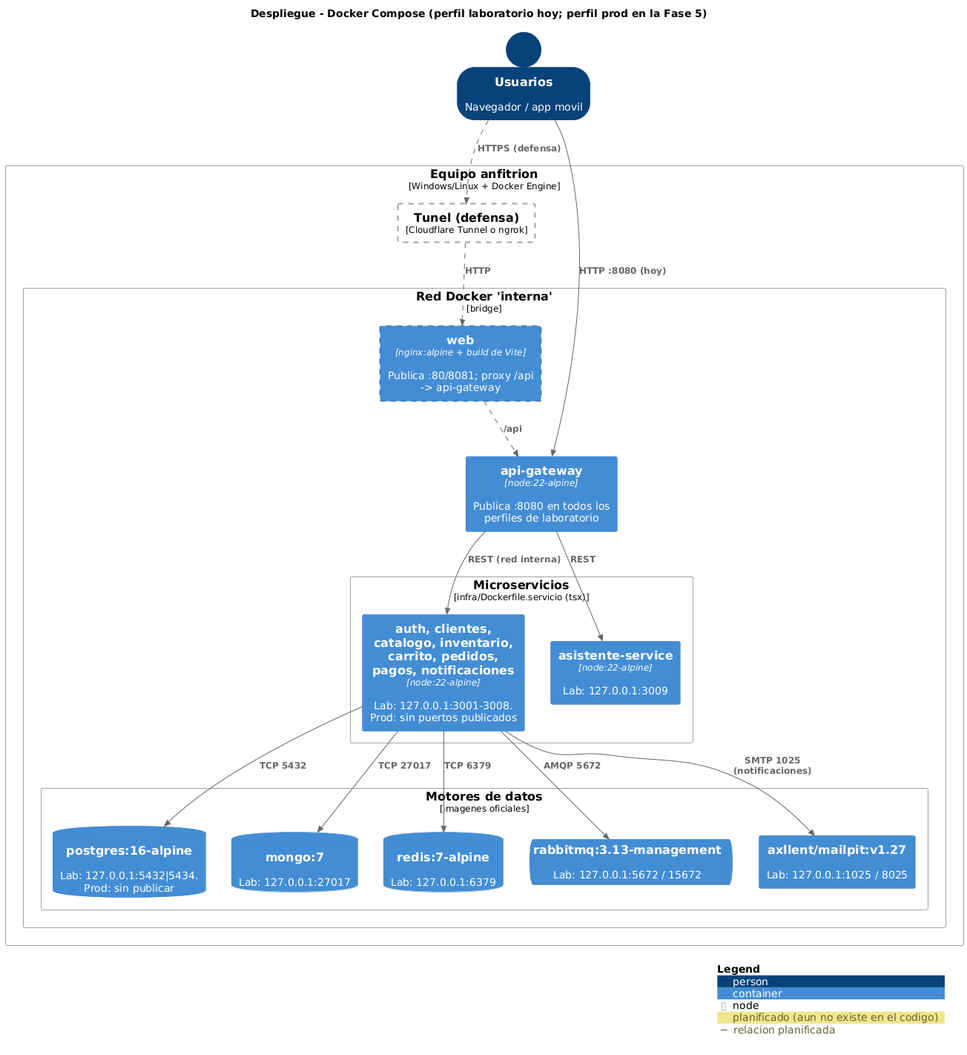
SerBy48/Proyecto-EIS-II keeps this PlantUML diagram as docs/c4/png/05-despliegue.png. Above is the earlier version.
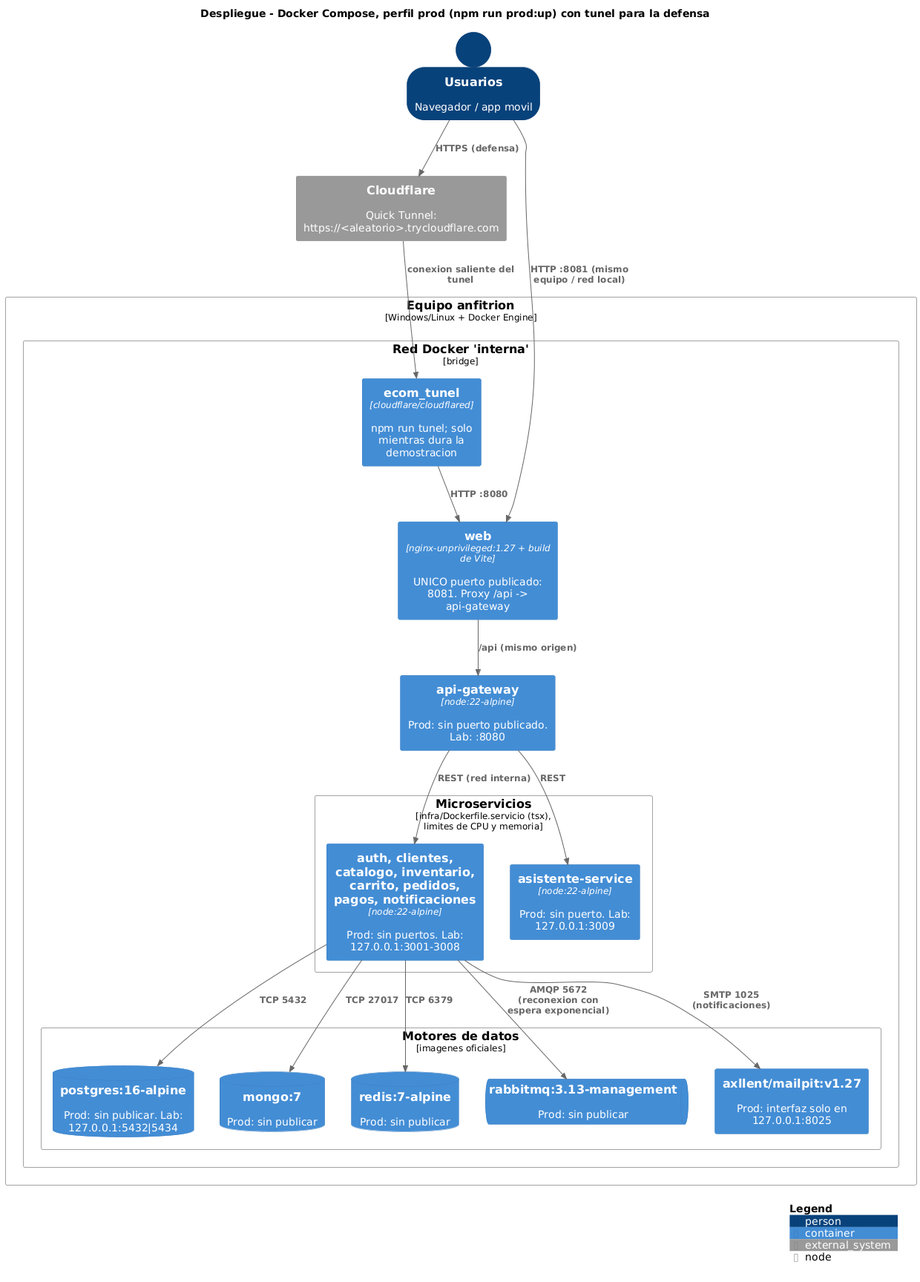
The same diagram one commit later.

Diff of the diagram source:
```diff
@@ -1,40 +1,41 @@
 @startuml 05-despliegue
 !include lib/C4_Deployment.puml
 !include estilo.puml
-title Despliegue - Docker Compose (perfil laboratorio hoy; perfil prod en la Fase 5)
+title Despliegue - Docker Compose, perfil prod (npm run prod:up) con tunel para la defensa
 
 Person(usuario, "Usuarios", "Navegador / app movil")
+System_Ext(cf, "Cloudflare", "Quick Tunnel: https://<aleatorio>.trycloudflare.com")
 
 Deployment_Node(host, "Equipo anfitrion", "Windows/Linux + Docker Engine") {
-  Deployment_Node(tunel, "Tunel (defensa)", "Cloudflare Tunnel o ngrok", $tags="planificado") {
-  }
   Deployment_Node(red, "Red Docker 'interna'", "bridge") {
-    Container(web, "web", "nginx:alpine + build de Vite", "Publica :80/8081; proxy /api -> api-gateway", $tags="planificado")
-    Container(gw, "api-gateway", "node:22-alpine", "Publica :8080 en todos los perfiles de laboratorio")
-    Deployment_Node(svcs, "Microservicios", "infra/Dockerfile.servicio (tsx)") {
-      Container(ms, "auth, clientes, catalogo, inventario, carrito, pedidos, pagos, notificaciones", "node:22-alpine", "Lab: 127.0.0.1:3001-3008. Prod: sin puertos publicados")
-      Container(asis, "asistente-service", "node:22-alpine", "Lab: 127.0.0.1:3009")
+    Container(tunel, "ecom_tunel", "cloudflare/cloudflared", "npm run tunel; solo mientras dura la demostracion")
+    Container(web, "web", "nginx-unprivileged:1.27 + build de Vite", "UNICO puerto publicado: 8081. Proxy /api -> api-gateway")
+    Container(gw, "api-gateway", "node:22-alpine", "Prod: sin puerto publicado. Lab: :8080")
+    Deployment_Node(svcs, "Microservicios", "infra/Dockerfile.servicio (tsx), limites de CPU y memoria") {
+      Container(ms, "auth, clientes, catalogo, inventario, carrito, pedidos, pagos, notificaciones", "node:22-alpine", "Prod: sin puertos. Lab: 127.0.0.1:3001-3008")
+      Container(asis, "asistente-service", "node:22-alpine", "Prod: sin puerto. Lab: 127.0.0.1:3009")
     }
     Deployment_Node(datos, "Motores de datos", "imagenes oficiales") {
-      ContainerDb(pg, "postgres:16-alpine", "", "Lab: 127.0.0.1:5432|5434. Prod: sin publicar")
-      ContainerDb(mongo, "mongo:7", "", "Lab: 127.0.0.1:27017")
-      ContainerDb(redis, "redis:7-alpine", "", "Lab: 127.0.0.1:6379")
-      ContainerQueue(mq, "rabbitmq:3.13-management", "", "Lab: 127.0.0.1:5672 / 15672")
-      Container(mail, "axllent/mailpit:v1.27", "", "Lab: 127.0.0.1:1025 / 8025")
+      ContainerDb(pg, "postgres:16-alpine", "", "Prod: sin publicar. Lab: 127.0.0.1:5432|5434")
+      ContainerDb(mongo, "mongo:7", "", "Prod: sin publicar")
+      ContainerDb(redis, "redis:7-alpine", "", "Prod: sin publicar")
+      ContainerQueue(mq, "rabbitmq:3.13-management", "", "Prod: sin publicar")
+      Container(mail, "axllent/mailpit:v1.27", "", "Prod: interfaz solo en 127.0.0.1:8025")
     }
   }
 }
 
-Rel(usuario, gw, "HTTP :8080 (hoy)")
-Rel(usuario, tunel, "HTTPS (defensa)", $tags="planificado")
-Rel(tunel, web, "HTTP", $tags="planificado")
-Rel(web, gw, "/api", $tags="planificado")
+Rel(usuario, cf, "HTTPS (defensa)")
+Rel(cf, tunel, "conexion saliente del tunel")
+Rel(tunel, web, "HTTP :8080")
+Rel(usuario, web, "HTTP :8081 (mismo equipo / red local)")
+Rel(web, gw, "/api (mismo origen)")
 Rel(gw, ms, "REST (red interna)")
 Rel(gw, asis, "REST")
 Rel(ms, pg, "TCP 5432")
 Rel(ms, mongo, "TCP 27017")
 Rel(ms, redis, "TCP 6379")
-Rel(ms, mq, "AMQP 5672")
+Rel(ms, mq, "AMQP 5672 (reconexion con espera exponencial)")
 Rel(ms, mail, "SMTP 1025 (notificaciones)")
 SHOW_LEGEND()
 @enduml
```
